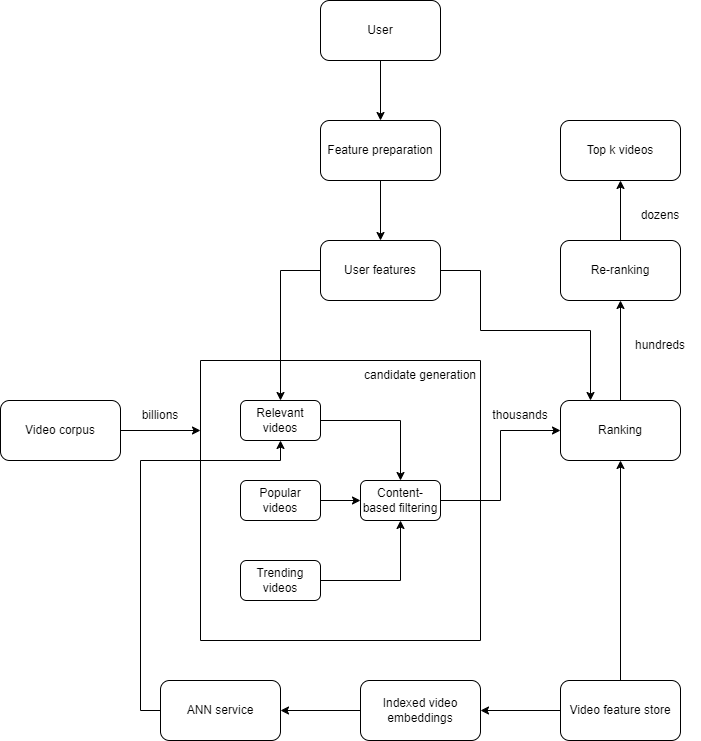
This is machine-learning/image/machine-learning-system-design-1/video-recommendation-system-1.png from riehseun/riehseun.github.io, a draw.io export, as it was before one commit. Source tidied: cells renumbered, new cells last; positions are measured from the earlier drawing's top-left corner, leaving out a move shared by most shapes.
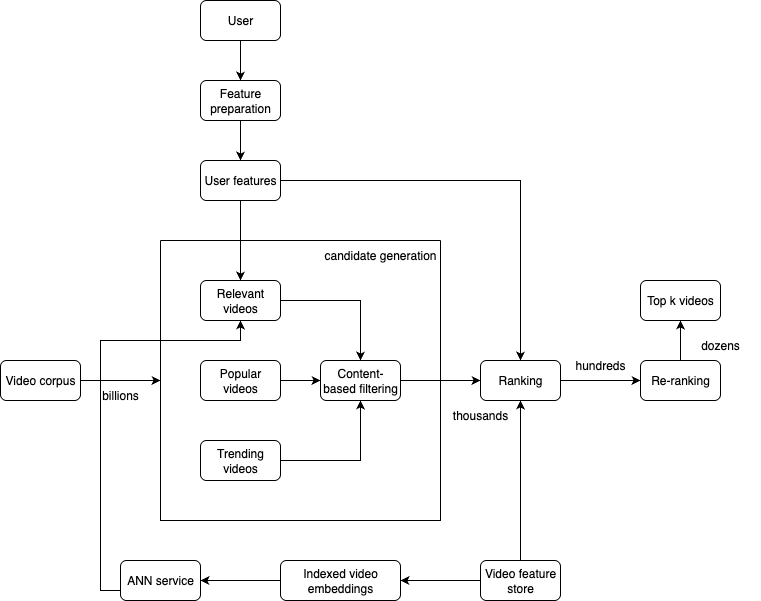
The same file after the commit.

Change to the diagram source:
```diff
@@ -2,50 +2,44 @@
   <root>
     <mxCell id="0" />
     <mxCell id="1" parent="0" />
-    <mxCell id="2" style="edgeStyle=orthogonalEdgeStyle;rounded=0;jettySize=auto;html=1;exitX=1;exitY=0.5;exitDx=0;exitDy=0;entryX=0;entryY=0.25;entryDx=0;entryDy=0;" parent="1" edge="1" source="3" target="27">
+    <mxCell id="2" style="edgeStyle=orthogonalEdgeStyle;rounded=0;jettySize=auto;html=1;exitX=1;exitY=0.5;exitDx=0;exitDy=0;entryX=0;entryY=0.5;entryDx=0;entryDy=0;" parent="1" edge="1" source="3" target="27">
       <mxGeometry relative="1" as="geometry" />
     </mxCell>
     <mxCell id="3" value="Video corpus" style="rounded=1;whiteSpace=wrap;html=1;" parent="1" vertex="1">
-      <mxGeometry y="400" width="120" height="60" as="geometry" />
+      <mxGeometry x="40" y="480" width="80" height="40" as="geometry" />
     </mxCell>
-    <mxCell id="4" style="edgeStyle=orthogonalEdgeStyle;rounded=0;jettySize=auto;html=1;exitX=0.5;exitY=0;exitDx=0;exitDy=0;entryX=0.5;entryY=1;entryDx=0;entryDy=0;" parent="1" edge="1" source="5" target="7">
+    <mxCell id="4" style="edgeStyle=orthogonalEdgeStyle;rounded=0;jettySize=auto;html=1;exitX=1;exitY=0.5;exitDx=0;exitDy=0;entryX=0;entryY=0.5;entryDx=0;entryDy=0;" parent="1" edge="1" source="5" target="7">
       <mxGeometry relative="1" as="geometry" />
     </mxCell>
     <mxCell id="5" value="Ranking" style="rounded=1;whiteSpace=wrap;html=1;" parent="1" vertex="1">
-      <mxGeometry x="560" y="400" width="120" height="60" as="geometry" />
+      <mxGeometry x="520" y="480" width="80" height="40" as="geometry" />
     </mxCell>
     <mxCell id="6" style="edgeStyle=orthogonalEdgeStyle;rounded=0;jettySize=auto;html=1;exitX=0.5;exitY=0;exitDx=0;exitDy=0;entryX=0.5;entryY=1;entryDx=0;entryDy=0;" parent="1" edge="1" source="7" target="18">
       <mxGeometry relative="1" as="geometry" />
     </mxCell>
     <mxCell id="7" value="Re-ranking" style="rounded=1;whiteSpace=wrap;html=1;" parent="1" vertex="1">
-      <mxGeometry x="560" y="240" width="120" height="60" as="geometry" />
+      <mxGeometry x="680" y="480" width="80" height="40" as="geometry" />
     </mxCell>
-    <mxCell id="8" style="edgeStyle=orthogonalEdgeStyle;rounded=0;jettySize=auto;html=1;exitX=0;exitY=0.5;exitDx=0;exitDy=0;entryX=0.5;entryY=0;entryDx=0;entryDy=0;" parent="1" edge="1" source="10" target="29">
+    <mxCell id="8" style="edgeStyle=orthogonalEdgeStyle;rounded=0;jettySize=auto;html=1;exitX=0.5;exitY=1;exitDx=0;exitDy=0;entryX=0.5;entryY=0;entryDx=0;entryDy=0;" parent="1" edge="1" source="10" target="29">
       <mxGeometry relative="1" as="geometry" />
     </mxCell>
-    <mxCell id="9" style="edgeStyle=orthogonalEdgeStyle;rounded=0;jettySize=auto;html=1;exitX=1;exitY=0.5;exitDx=0;exitDy=0;entryX=0.25;entryY=0;entryDx=0;entryDy=0;" parent="1" edge="1" source="10" target="5">
-      <mxGeometry relative="1" as="geometry">
-        <Array as="points">
-          <mxPoint x="480" y="270" />
-          <mxPoint x="480" y="330" />
-          <mxPoint x="590" y="330" />
-        </Array>
-      </mxGeometry>
+    <mxCell id="9" style="edgeStyle=orthogonalEdgeStyle;rounded=0;jettySize=auto;html=1;exitX=1;exitY=0.5;exitDx=0;exitDy=0;" parent="1" edge="1" source="10" target="5">
+      <mxGeometry relative="1" as="geometry" />
     </mxCell>
     <mxCell id="10" value="User features" style="rounded=1;whiteSpace=wrap;html=1;" parent="1" vertex="1">
-      <mxGeometry x="320" y="240" width="120" height="60" as="geometry" />
+      <mxGeometry x="240" y="280" width="80" height="40" as="geometry" />
     </mxCell>
     <mxCell id="11" style="edgeStyle=orthogonalEdgeStyle;rounded=0;jettySize=auto;html=1;exitX=0.5;exitY=1;exitDx=0;exitDy=0;entryX=0.5;entryY=0;entryDx=0;entryDy=0;" parent="1" edge="1" source="12" target="14">
       <mxGeometry relative="1" as="geometry" />
     </mxCell>
     <mxCell id="12" value="User" style="rounded=1;whiteSpace=wrap;html=1;" parent="1" vertex="1">
-      <mxGeometry x="320" width="120" height="60" as="geometry" />
+      <mxGeometry x="240" y="120" width="80" height="40" as="geometry" />
     </mxCell>
     <mxCell id="13" style="edgeStyle=orthogonalEdgeStyle;rounded=0;jettySize=auto;html=1;exitX=0.5;exitY=1;exitDx=0;exitDy=0;entryX=0.5;entryY=0;entryDx=0;entryDy=0;" parent="1" edge="1" source="14" target="10">
       <mxGeometry relative="1" as="geometry" />
     </mxCell>
     <mxCell id="14" value="Feature preparation" style="rounded=1;whiteSpace=wrap;html=1;" parent="1" vertex="1">
-      <mxGeometry x="320" y="120" width="120" height="60" as="geometry" />
+      <mxGeometry x="240" y="200" width="80" height="40" as="geometry" />
     </mxCell>
     <mxCell id="15" style="edgeStyle=orthogonalEdgeStyle;rounded=0;jettySize=auto;html=1;exitX=0.5;exitY=0;exitDx=0;exitDy=0;" parent="1" edge="1" source="17" target="5">
       <mxGeometry relative="1" as="geometry" />
@@ -54,22 +48,22 @@
       <mxGeometry relative="1" as="geometry" />
     </mxCell>
     <mxCell id="17" value="Video feature store" style="rounded=1;whiteSpace=wrap;html=1;" parent="1" vertex="1">
-      <mxGeometry x="560" y="680" width="120" height="60" as="geometry" />
+      <mxGeometry x="520" y="680" width="80" height="40" as="geometry" />
     </mxCell>
     <mxCell id="18" value="Top k videos" style="rounded=1;whiteSpace=wrap;html=1;" parent="1" vertex="1">
-      <mxGeometry x="560" y="120" width="120" height="60" as="geometry" />
+      <mxGeometry x="680" y="400" width="80" height="40" as="geometry" />
     </mxCell>
     <mxCell id="19" value="billions" style="text;html=1;strokeColor=none;fillColor=none;align=center;verticalAlign=middle;whiteSpace=wrap;rounded=0;" parent="1" vertex="1">
-      <mxGeometry x="120" y="400" width="80" height="30" as="geometry" />
+      <mxGeometry x="120" y="500" width="80" height="30" as="geometry" />
     </mxCell>
     <mxCell id="20" value="thousands" style="text;html=1;strokeColor=none;fillColor=none;align=center;verticalAlign=middle;whiteSpace=wrap;rounded=0;" parent="1" vertex="1">
-      <mxGeometry x="480" y="400" width="80" height="30" as="geometry" />
+      <mxGeometry x="480" y="520" width="80" height="30" as="geometry" />
     </mxCell>
     <mxCell id="21" value="hundreds" style="text;html=1;strokeColor=none;fillColor=none;align=center;verticalAlign=middle;whiteSpace=wrap;rounded=0;" parent="1" vertex="1">
-      <mxGeometry x="620" y="330" width="80" height="30" as="geometry" />
+      <mxGeometry x="600" y="470" width="80" height="30" as="geometry" />
     </mxCell>
     <mxCell id="22" value="dozens" style="text;html=1;strokeColor=none;fillColor=none;align=center;verticalAlign=middle;whiteSpace=wrap;rounded=0;" parent="1" vertex="1">
-      <mxGeometry x="620" y="200" width="80" height="30" as="geometry" />
+      <mxGeometry x="720" y="450" width="80" height="30" as="geometry" />
     </mxCell>
     <mxCell id="23" style="edgeStyle=orthogonalEdgeStyle;rounded=0;jettySize=auto;html=1;exitX=0;exitY=0.5;exitDx=0;exitDy=0;entryX=0.5;entryY=1;entryDx=0;entryDy=0;" parent="1" edge="1" source="24" target="29">
       <mxGeometry relative="1" as="geometry">
@@ -81,13 +75,13 @@
       </mxGeometry>
     </mxCell>
     <mxCell id="24" value="ANN service" style="rounded=1;whiteSpace=wrap;html=1;" parent="1" vertex="1">
-      <mxGeometry x="160" y="680" width="120" height="60" as="geometry" />
+      <mxGeometry x="160" y="680" width="80" height="40" as="geometry" />
     </mxCell>
     <mxCell id="25" style="edgeStyle=orthogonalEdgeStyle;rounded=0;jettySize=auto;html=1;exitX=0;exitY=0.5;exitDx=0;exitDy=0;entryX=1;entryY=0.5;entryDx=0;entryDy=0;" parent="1" edge="1" source="26" target="24">
       <mxGeometry relative="1" as="geometry" />
     </mxCell>
     <mxCell id="26" value="Indexed video embeddings" style="rounded=1;whiteSpace=wrap;html=1;" parent="1" vertex="1">
-      <mxGeometry x="360" y="680" width="120" height="60" as="geometry" />
+      <mxGeometry x="320" y="680" width="120" height="40" as="geometry" />
     </mxCell>
     <mxCell id="27" style="swimlane;startSize=0;" parent="1" vertex="1">
       <mxGeometry x="200" y="360" width="280" height="280" as="geometry" />
```
